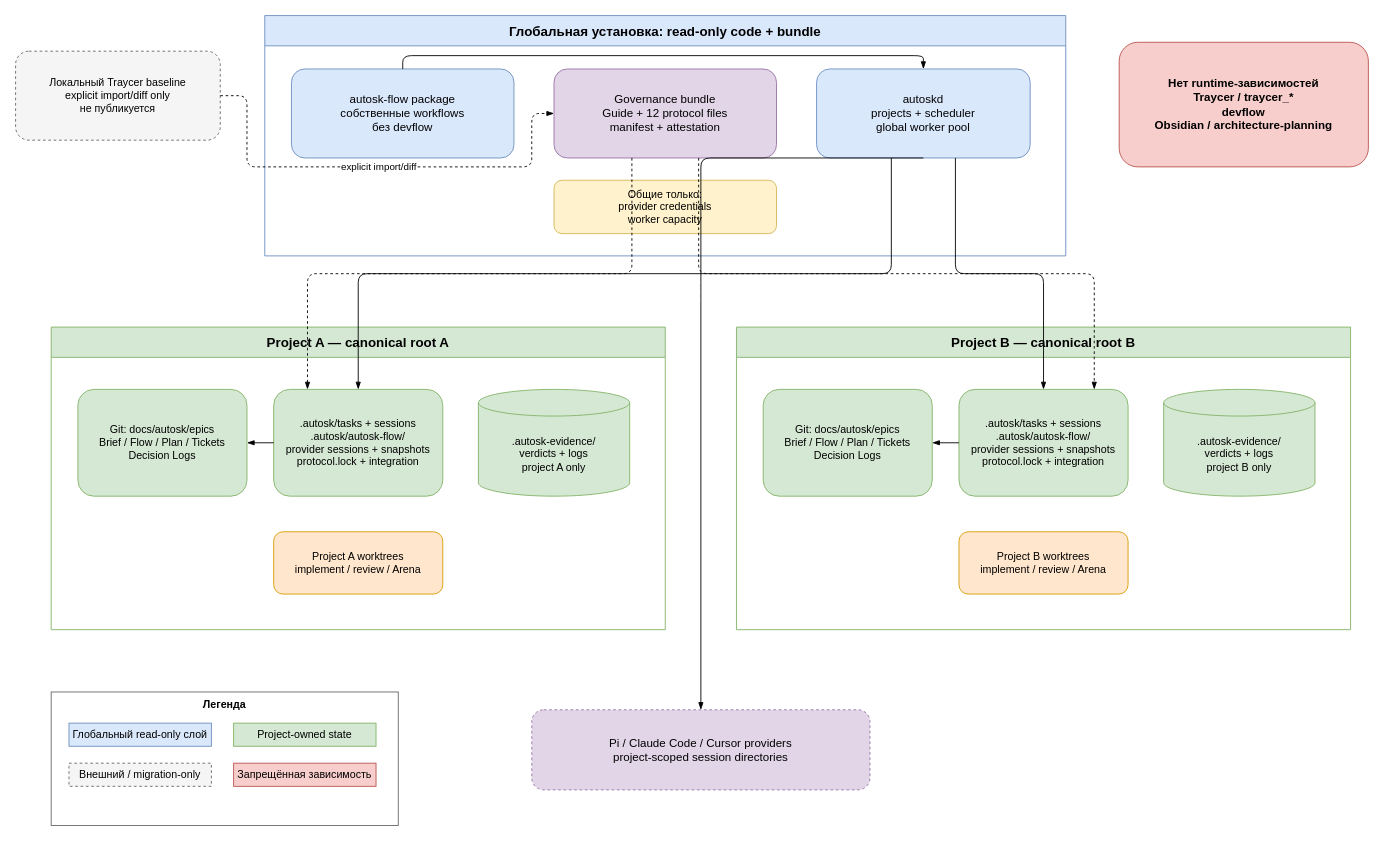
Earlier version of the draw.io diagram page "Multi-project architecture" (2 of 2) of diagrams/autosk-flow.drawio (Valeron2206/autosk-traycer-flow). Source tidied: cells renumbered, new cells numbered last; positions are measured from the earlier drawing's top-left corner, leaving out a move shared by most shapes. Both pictures are drawn from the tidied source at 89%, with x=0, y=0 at pixel (15, 15).
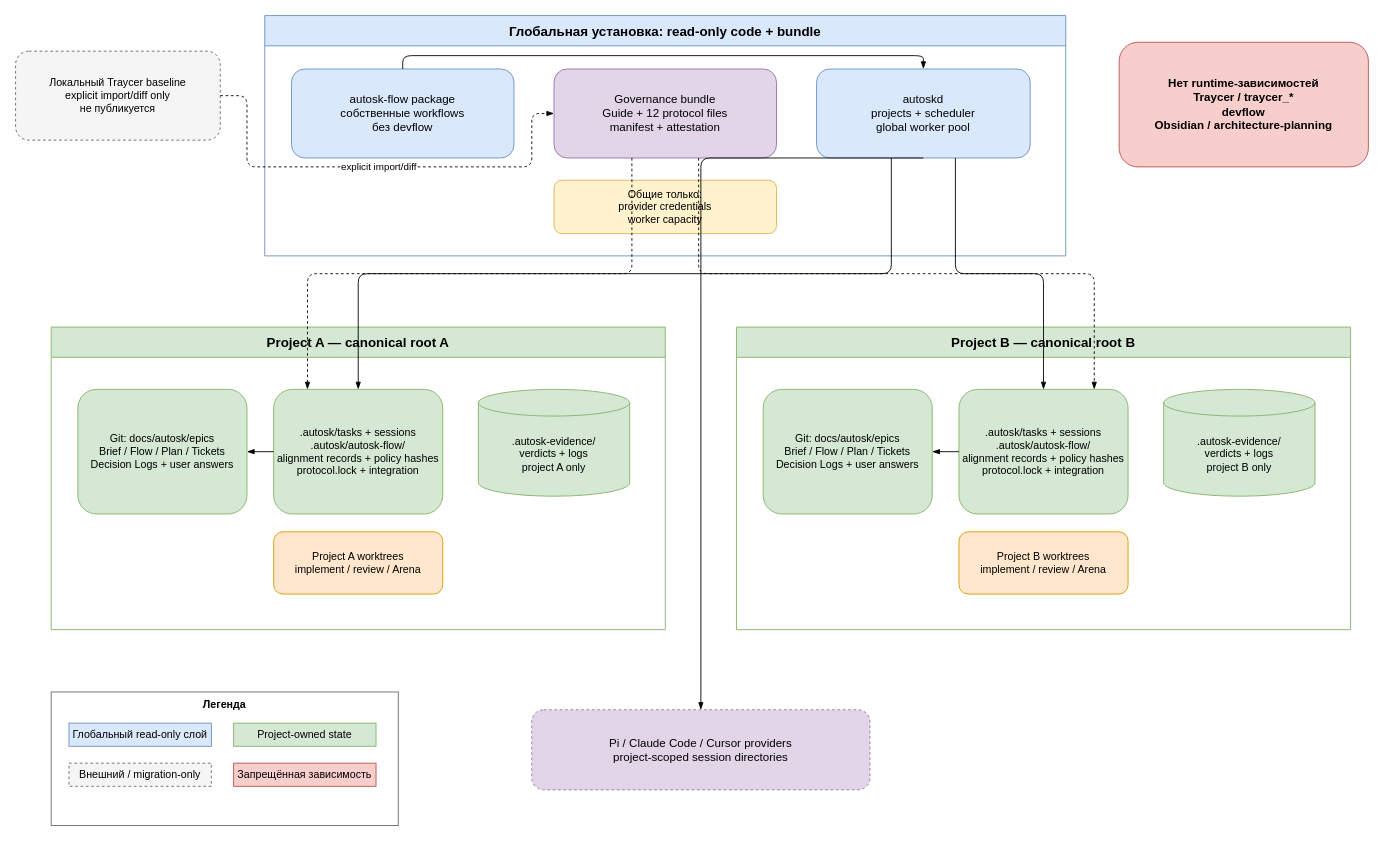
After the change.

Commit message (it also covers changes not shown here):
docs(flow): add human alignment gates

Unchanged cells that the change refers to:
```xml
<mxCell id="9" value="Project A — canonical root A" style="swimlane;startSize=34;html=1;whiteSpace=wrap;fillColor=#d5e8d4;strokeColor=#82b366;fontStyle=1;fontSize=15;" parent="1" vertex="1">
  <mxGeometry x="40" y="350" width="690" height="340" as="geometry" />
</mxCell>
<mxCell id="14" value="Project B — canonical root B" style="swimlane;startSize=34;html=1;whiteSpace=wrap;fillColor=#d5e8d4;strokeColor=#82b366;fontStyle=1;fontSize=15;" parent="1" vertex="1">
  <mxGeometry x="810" y="350" width="690" height="340" as="geometry" />
</mxCell>
```

Diff of the diagram source:
```diff
@@
-    <mxCell id="10" value="Git: docs/autosk/epics&#10;Brief / Flow / Plan / Tickets&#10;Decision Logs" style="rounded=1;whiteSpace=wrap;html=1;fillColor=#d5e8d4;strokeColor=#82b366;fontSize=12;" parent="9" vertex="1">
-      <mxGeometry x="30" y="70" width="190" height="120" as="geometry" />
+    <mxCell id="10" value="Git: docs/autosk/epics&#10;Brief / Flow / Plan / Tickets&#10;Decision Logs + user answers" style="rounded=1;whiteSpace=wrap;html=1;fillColor=#d5e8d4;strokeColor=#82b366;fontSize=12;" parent="9" vertex="1">
+      <mxGeometry x="30" y="70" width="190" height="140" as="geometry" />
     </mxCell>
-    <mxCell id="11" value=".autosk/tasks + sessions&#10;.autosk/autosk-flow/&#10;provider sessions + snapshots&#10;protocol.lock + integration" style="rounded=1;whiteSpace=wrap;html=1;fillColor=#d5e8d4;strokeColor=#82b366;fontSize=12;" parent="9" vertex="1">
-      <mxGeometry x="250" y="70" width="190" height="120" as="geometry" />
+    <mxCell id="11" value=".autosk/tasks + sessions&#10;.autosk/autosk-flow/&#10;alignment records + policy hashes&#10;protocol.lock + integration" style="rounded=1;whiteSpace=wrap;html=1;fillColor=#d5e8d4;strokeColor=#82b366;fontSize=12;" parent="9" vertex="1">
+      <mxGeometry x="250" y="70" width="190" height="140" as="geometry" />
     </mxCell>
@@
-    <mxCell id="15" value="Git: docs/autosk/epics&#10;Brief / Flow / Plan / Tickets&#10;Decision Logs" style="rounded=1;whiteSpace=wrap;html=1;fillColor=#d5e8d4;strokeColor=#82b366;fontSize=12;" parent="14" vertex="1">
-      <mxGeometry x="30" y="70" width="190" height="120" as="geometry" />
+    <mxCell id="15" value="Git: docs/autosk/epics&#10;Brief / Flow / Plan / Tickets&#10;Decision Logs + user answers" style="rounded=1;whiteSpace=wrap;html=1;fillColor=#d5e8d4;strokeColor=#82b366;fontSize=12;" parent="14" vertex="1">
+      <mxGeometry x="30" y="70" width="190" height="140" as="geometry" />
     </mxCell>
-    <mxCell id="16" value=".autosk/tasks + sessions&#10;.autosk/autosk-flow/&#10;provider sessions + snapshots&#10;protocol.lock + integration" style="rounded=1;whiteSpace=wrap;html=1;fillColor=#d5e8d4;strokeColor=#82b366;fontSize=12;" parent="14" vertex="1">
-      <mxGeometry x="250" y="70" width="190" height="120" as="geometry" />
+    <mxCell id="16" value=".autosk/tasks + sessions&#10;.autosk/autosk-flow/&#10;alignment records + policy hashes&#10;protocol.lock + integration" style="rounded=1;whiteSpace=wrap;html=1;fillColor=#d5e8d4;strokeColor=#82b366;fontSize=12;" parent="14" vertex="1">
+      <mxGeometry x="250" y="70" width="190" height="140" as="geometry" />
     </mxCell>
```
